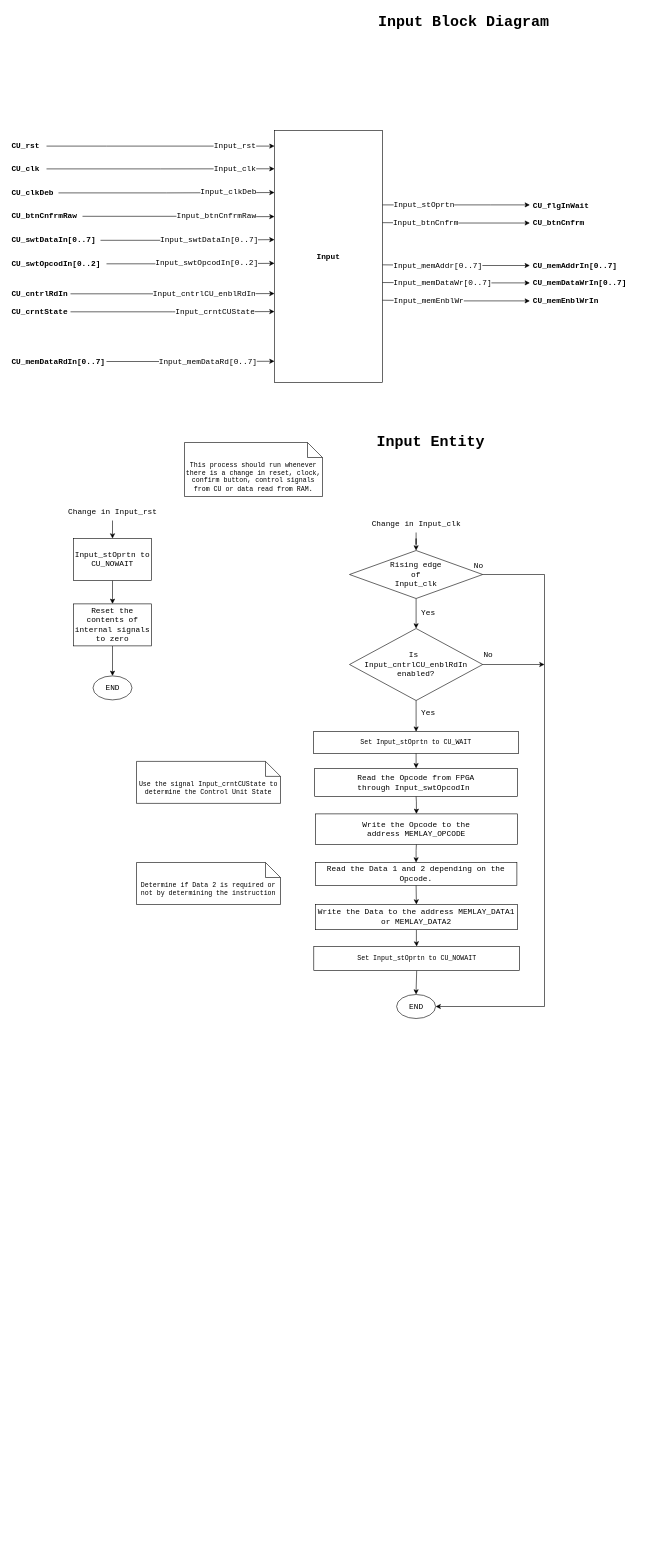
Vichu95/Basic_CPU_FPGA keeps this draw.io diagram as page "Input_BD" (5 of 9) of 05_CPU_v1/CPU_Design.drawio. Above is the earlier version. Source tidied: cells renumbered, new cells numbered last; positions are measured from the earlier drawing's top-left corner, leaving out a move shared by most shapes. Both pictures are drawn from the tidied source at 60%, with x=0, y=0 at pixel (10, 10).
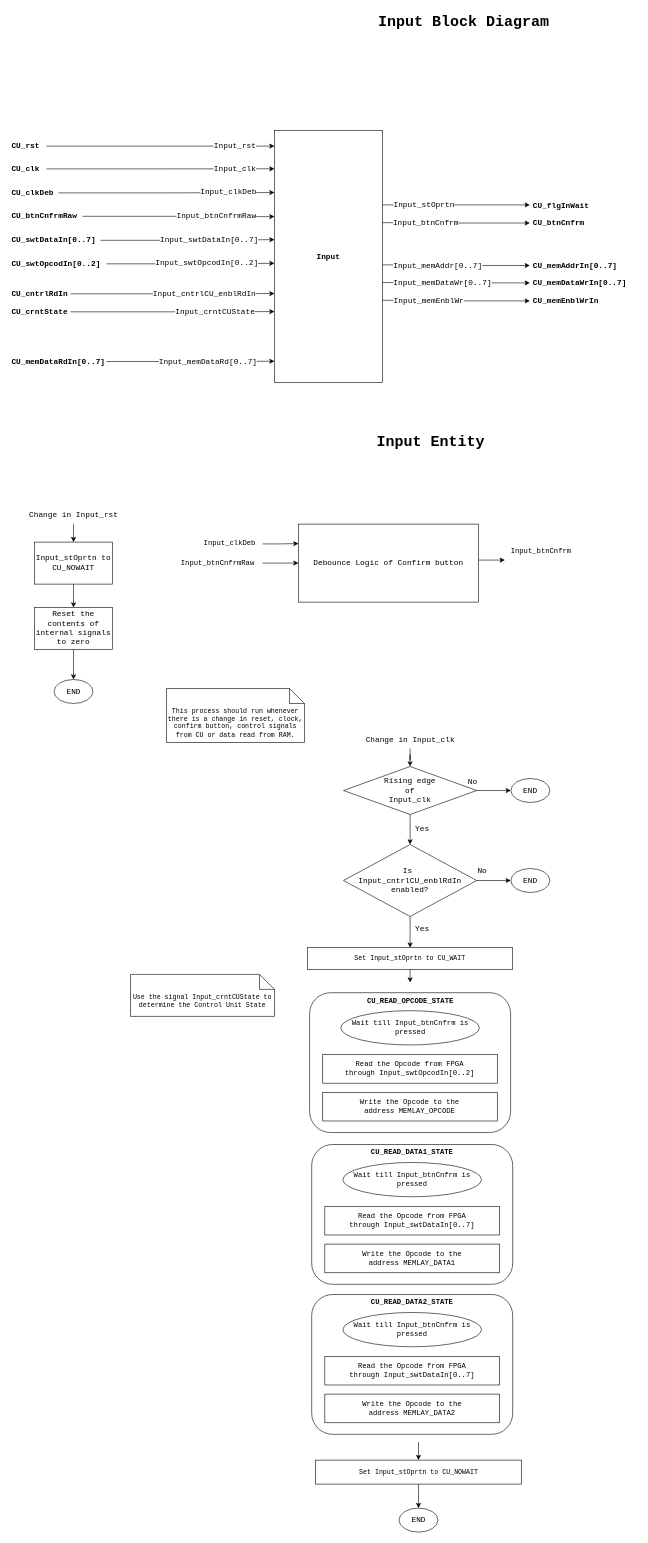
After the change.

Commit message (it also covers changes not shown here):
Input block flow chart also updated

Diff of the diagram source:
```diff
@@
     <mxCell id="46" value="This process should run whenever there is a change in reset, clock, confirm button, control signals from CU or data read from RAM." style="shape=note2;boundedLbl=1;whiteSpace=wrap;html=1;size=25;verticalAlign=top;align=center;fontFamily=Courier New;fontSize=11;" parent="1" vertex="1">
-      <mxGeometry x="290" y="720" width="230" height="90" as="geometry" />
+      <mxGeometry x="260" y="1130" width="230" height="90" as="geometry" />
     </mxCell>
@@
     <mxCell id="48" value="Change in&amp;nbsp;Input_rst" style="text;html=1;align=center;verticalAlign=middle;points=[];strokeColor=none;fillColor=none;fontSize=13;fontFamily=Courier New;" parent="1" vertex="1">
-      <mxGeometry x="85" y="820" width="170" height="30" as="geometry" />
+      <mxGeometry x="20" y="826" width="170" height="30" as="geometry" />
     </mxCell>
@@
     <mxCell id="50" value="Input_stOprtn to CU_NOWAIT" style="rounded=0;whiteSpace=wrap;html=1;fontFamily=Courier New;fontSize=13;" parent="1" vertex="1">
-      <mxGeometry x="105" y="880" width="130" height="70" as="geometry" />
+      <mxGeometry x="40" y="886" width="130" height="70" as="geometry" />
     </mxCell>
@@
     <mxCell id="52" value="Reset the contents of internal signals to zero" style="rounded=0;whiteSpace=wrap;html=1;fontFamily=Courier New;fontSize=13;" parent="1" vertex="1">
-      <mxGeometry x="105" y="989" width="130" height="70" as="geometry" />
+      <mxGeometry x="40" y="995" width="130" height="70" as="geometry" />
     </mxCell>
@@
     <mxCell id="54" value="Change in Input_clk" style="text;html=1;align=center;verticalAlign=middle;points=[];strokeColor=none;fillColor=none;fontSize=13;fontFamily=Courier New;" parent="1" vertex="1">
-      <mxGeometry x="591" y="840" width="170" height="30" as="geometry" />
+      <mxGeometry x="581" y="1200" width="170" height="30" as="geometry" />
     </mxCell>
-    <mxCell id="55" style="edgeStyle=orthogonalEdgeStyle;rounded=0;jettySize=auto;html=1;exitX=1;exitY=0.5;exitDx=0;exitDy=0;strokeWidth=1;fontFamily=Courier New;fontSize=13;startArrow=none;startFill=0;endArrow=classic;endFill=1;startSize=6;endSize=6;sourcePerimeterSpacing=0;targetPerimeterSpacing=0;entryX=1;entryY=0.5;entryDx=0;entryDy=0;" parent="1" edge="1" source="57" target="62">
-      <mxGeometry relative="1" as="geometry">
-        <Array as="points">
-          <mxPoint x="890" y="940" />
-          <mxPoint x="890" y="1660" />
-        </Array>
-      </mxGeometry>
-    </mxCell>
@@
+    <mxCell id="82" style="edgeStyle=orthogonalEdgeStyle;rounded=0;jettySize=auto;html=1;fontFamily=Courier New;" parent="1" edge="1" source="57" target="91">
+      <mxGeometry relative="1" as="geometry" />
+    </mxCell>
     <mxCell id="57" value="&lt;div style=&quot;&quot;&gt;&lt;span style=&quot;background-color: initial;&quot;&gt;Rising edge&lt;br&gt;&amp;nbsp;of&amp;nbsp;&lt;/span&gt;&lt;/div&gt;Input_clk" style="rhombus;whiteSpace=wrap;html=1;fontFamily=Courier New;fontSize=13;align=center;" parent="1" vertex="1">
-      <mxGeometry x="565" y="900" width="222" height="80" as="geometry" />
+      <mxGeometry x="555" y="1260" width="222" height="80" as="geometry" />
     </mxCell>
-    <mxCell id="58" style="edgeStyle=none;rounded=0;jettySize=auto;html=1;exitX=0.5;exitY=1;exitDx=0;exitDy=0;entryX=0.5;entryY=0;entryDx=0;entryDy=0;strokeWidth=1;fontFamily=Courier New;fontSize=13;startArrow=none;startFill=0;endArrow=classic;endFill=1;startSize=6;endSize=6;targetPerimeterSpacing=0;" parent="1" edge="1" source="68" target="61">
-      <mxGeometry relative="1" as="geometry" />
+    <mxCell id="58" style="edgeStyle=none;rounded=0;jettySize=auto;html=1;exitX=0.5;exitY=1;exitDx=0;exitDy=0;strokeWidth=1;fontFamily=Courier New;fontSize=13;startArrow=none;startFill=0;endArrow=classic;endFill=1;startSize=6;endSize=6;targetPerimeterSpacing=0;" parent="1" edge="1" source="68">
+      <mxGeometry relative="1" as="geometry">
+        <mxPoint x="666" y="1620" as="targetPoint" />
+      </mxGeometry>
     </mxCell>
+    <mxCell id="83" style="edgeStyle=orthogonalEdgeStyle;rounded=0;jettySize=auto;html=1;fontFamily=Courier New;" parent="1" edge="1" source="59" target="92">
+      <mxGeometry relative="1" as="geometry" />
+    </mxCell>
     <mxCell id="59" value="&lt;div style=&quot;&quot;&gt;&lt;div style=&quot;border-color: var(--border-color);&quot;&gt;Is&amp;nbsp;&lt;/div&gt;Input_cntrlCU_enblRdIn enabled?&lt;br&gt;&lt;/div&gt;" style="rhombus;whiteSpace=wrap;html=1;fontFamily=Courier New;fontSize=13;align=center;" parent="1" vertex="1">
-      <mxGeometry x="565" y="1030" width="222" height="120" as="geometry" />
+      <mxGeometry x="555" y="1390" width="222" height="120" as="geometry" />
     </mxCell>
-    <mxCell id="60" style="edgeStyle=orthogonalEdgeStyle;rounded=0;jumpStyle=arc;jettySize=auto;html=1;exitX=0.5;exitY=1;exitDx=0;exitDy=0;strokeWidth=1;fontFamily=Courier New;fontSize=12;startArrow=none;startFill=0;endArrow=classic;endFill=1;startSize=6;endSize=6;targetPerimeterSpacing=0;entryX=0.5;entryY=0;entryDx=0;entryDy=0;" parent="1" edge="1" source="69" target="62">
-      <mxGeometry relative="1" as="geometry" />
-    </mxCell>
-    <mxCell id="61" value="Read the Opcode from FPGA through&amp;nbsp;Input_swtOpcodIn&amp;nbsp;" style="rounded=0;whiteSpace=wrap;html=1;fontFamily=Courier New;fontSize=13;" parent="1" vertex="1">
-      <mxGeometry x="507" y="1263" width="338" height="47" as="geometry" />
-    </mxCell>
-    <mxCell id="62" value="END" style="ellipse;whiteSpace=wrap;html=1;fontFamily=Courier New;fontSize=13;" parent="1" vertex="1">
-      <mxGeometry x="643.5" y="1640" width="65" height="40" as="geometry" />
-    </mxCell>
     <mxCell id="63" value="Yes" style="text;html=1;align=center;verticalAlign=middle;strokeColor=none;fillColor=none;fontSize=13;fontFamily=Courier New;" parent="1" vertex="1">
-      <mxGeometry x="671" y="989" width="50" height="30" as="geometry" />
+      <mxGeometry x="661" y="1349" width="50" height="30" as="geometry" />
     </mxCell>
     <mxCell id="64" value="No" style="text;html=1;align=center;verticalAlign=middle;strokeColor=none;fillColor=none;fontSize=13;fontFamily=Courier New;" parent="1" vertex="1">
-      <mxGeometry x="760" y="910" width="40" height="30" as="geometry" />
+      <mxGeometry x="750" y="1270" width="40" height="30" as="geometry" />
     </mxCell>
     <mxCell id="65" value="Yes" style="text;html=1;align=center;verticalAlign=middle;strokeColor=none;fillColor=none;fontSize=13;fontFamily=Courier New;" parent="1" vertex="1">
-      <mxGeometry x="671" y="1155" width="50" height="30" as="geometry" />
+      <mxGeometry x="661" y="1515" width="50" height="30" as="geometry" />
     </mxCell>
     <mxCell id="66" value="No" style="text;html=1;align=center;verticalAlign=middle;strokeColor=none;fillColor=none;fontSize=13;fontFamily=Courier New;" parent="1" vertex="1">
-      <mxGeometry x="776" y="1059" width="40" height="30" as="geometry" />
+      <mxGeometry x="766" y="1419" width="40" height="30" as="geometry" />
     </mxCell>
@@
     <mxCell id="68" value="Set&amp;nbsp;Input_stOprtn to CU_WAIT" style="rounded=0;whiteSpace=wrap;html=1;fontFamily=Courier New;fontSize=11;" parent="1" vertex="1">
-      <mxGeometry x="505" y="1202" width="342" height="36" as="geometry" />
+      <mxGeometry x="495" y="1562" width="342" height="36" as="geometry" />
     </mxCell>
-    <mxCell id="69" value="Set&amp;nbsp;Input_stOprtn to CU_NOWAIT" style="rounded=0;whiteSpace=wrap;html=1;fontFamily=Courier New;fontSize=11;" parent="1" vertex="1">
-      <mxGeometry x="505.5" y="1560" width="343" height="40" as="geometry" />
-    </mxCell>
@@
-    <mxCell id="71" style="edgeStyle=orthogonalEdgeStyle;rounded=0;jettySize=auto;html=1;fontFamily=Courier New;fontSize=14;fontColor=#000000;startArrow=classic;startFill=1;endArrow=none;endFill=0;" parent="1" edge="1" source="72" target="61">
-      <mxGeometry relative="1" as="geometry" />
-    </mxCell>
-    <mxCell id="72" value="Write the Opcode to the address&amp;nbsp;MEMLAY_OPCODE" style="rounded=0;whiteSpace=wrap;html=1;fontFamily=Courier New;fontSize=13;align=center;verticalAlign=middle;" parent="1" vertex="1">
-      <mxGeometry x="508" y="1339" width="337" height="51" as="geometry" />
-    </mxCell>
-    <mxCell id="73" style="edgeStyle=orthogonalEdgeStyle;rounded=0;jettySize=auto;html=1;fontFamily=Courier New;fontSize=14;fontColor=#000000;startArrow=classic;startFill=1;endArrow=none;endFill=0;" parent="1" edge="1" source="75" target="72">
-      <mxGeometry relative="1" as="geometry" />
-    </mxCell>
-    <mxCell id="74" style="edgeStyle=orthogonalEdgeStyle;rounded=0;jettySize=auto;html=1;exitX=0.5;exitY=1;exitDx=0;exitDy=0;entryX=0.5;entryY=0;entryDx=0;entryDy=0;fontSize=13;" parent="1" edge="1" source="75" target="77">
-      <mxGeometry relative="1" as="geometry" />
-    </mxCell>
-    <mxCell id="75" value="Read the Data 1 and 2 depending on the Opcode." style="rounded=0;whiteSpace=wrap;html=1;fontFamily=Courier New;fontSize=13;" parent="1" vertex="1">
-      <mxGeometry x="508" y="1420" width="336" height="38" as="geometry" />
-    </mxCell>
-    <mxCell id="76" style="edgeStyle=orthogonalEdgeStyle;rounded=0;jettySize=auto;html=1;exitX=0.5;exitY=1;exitDx=0;exitDy=0;fontSize=13;" parent="1" edge="1" source="77" target="69">
-      <mxGeometry relative="1" as="geometry" />
-    </mxCell>
-    <mxCell id="77" value="Write the Data to the address&amp;nbsp;MEMLAY_DATA1 or&amp;nbsp;MEMLAY_DATA2" style="rounded=0;whiteSpace=wrap;html=1;fontFamily=Courier New;fontSize=13;" parent="1" vertex="1">
-      <mxGeometry x="508" y="1490" width="337" height="42" as="geometry" />
-    </mxCell>
-    <mxCell id="78" style="endArrow=classic;html=1;rounded=0;fontFamily=Courier New;fontSize=14;fontColor=#000000;exitX=1;exitY=0.5;exitDx=0;exitDy=0;" parent="1" edge="1" source="59">
-      <mxGeometry relative="1" as="geometry">
-        <mxPoint x="890" y="1090" as="targetPoint" />
-      </mxGeometry>
-    </mxCell>
     <mxCell id="79" value="END" style="ellipse;whiteSpace=wrap;html=1;fontFamily=Courier New;fontSize=13;" parent="1" vertex="1">
-      <mxGeometry x="137.5" y="1109" width="65" height="40" as="geometry" />
+      <mxGeometry x="72.5" y="1115" width="65" height="40" as="geometry" />
     </mxCell>
     <mxCell id="80" value="Use the signal&amp;nbsp;Input_crntCUState to determine the Control Unit State" style="shape=note2;boundedLbl=1;whiteSpace=wrap;html=1;size=25;verticalAlign=top;align=center;fontFamily=Courier New;fontSize=11;" parent="1" vertex="1">
-      <mxGeometry x="210" y="1251.5" width="240" height="70" as="geometry" />
+      <mxGeometry x="200" y="1606.5" width="240" height="70" as="geometry" />
     </mxCell>
-    <mxCell id="81" value="Determine if Data 2 is required or not by determining the instruction" style="shape=note2;boundedLbl=1;whiteSpace=wrap;html=1;size=25;verticalAlign=top;align=center;fontFamily=Courier New;fontSize=11;" parent="1" vertex="1">
-      <mxGeometry x="210" y="1420" width="240" height="70" as="geometry" />
-    </mxCell>
+    <mxCell id="84" style="edgeStyle=orthogonalEdgeStyle;rounded=0;jettySize=auto;html=1;fontFamily=Courier New;" parent="1" edge="1" source="85" target="90">
+      <mxGeometry relative="1" as="geometry">
+        <Array as="points">
+          <mxPoint x="830" y="900" />
+          <mxPoint x="830" y="900" />
+        </Array>
+      </mxGeometry>
+    </mxCell>
+    <mxCell id="85" value="Debounce Logic of Confirm button" style="rounded=0;whiteSpace=wrap;html=1;fontFamily=Courier New;fontSize=13;" parent="1" vertex="1">
+      <mxGeometry x="480" y="856" width="300" height="130" as="geometry" />
+    </mxCell>
+    <mxCell id="86" style="edgeStyle=orthogonalEdgeStyle;rounded=0;jettySize=auto;html=1;entryX=0;entryY=0.25;entryDx=0;entryDy=0;fontFamily=Courier New;" parent="1" edge="1" source="87" target="85">
+      <mxGeometry relative="1" as="geometry" />
+    </mxCell>
+    <mxCell id="87" value="Input_clkDeb" style="text;html=1;align=center;verticalAlign=middle;points=[];strokeColor=none;fillColor=none;fontFamily=Courier New;" parent="1" vertex="1">
+      <mxGeometry x="310" y="874" width="110" height="30" as="geometry" />
+    </mxCell>
+    <mxCell id="88" style="edgeStyle=orthogonalEdgeStyle;rounded=0;jettySize=auto;html=1;fontFamily=Courier New;" parent="1" edge="1" source="89" target="85">
+      <mxGeometry relative="1" as="geometry" />
+    </mxCell>
+    <mxCell id="89" value="Input_btnCnfrmRaw" style="text;html=1;align=center;verticalAlign=middle;points=[];strokeColor=none;fillColor=none;fontFamily=Courier New;" parent="1" vertex="1">
+      <mxGeometry x="270" y="906" width="150" height="30" as="geometry" />
+    </mxCell>
+    <mxCell id="90" value="Input_btnCnfrm" style="text;html=1;align=center;verticalAlign=middle;points=[];strokeColor=none;fillColor=none;fontFamily=Courier New;" parent="1" vertex="1">
+      <mxGeometry x="824" y="886" width="120" height="30" as="geometry" />
+    </mxCell>
+    <mxCell id="91" value="END" style="ellipse;whiteSpace=wrap;html=1;fontFamily=Courier New;fontSize=13;" parent="1" vertex="1">
+      <mxGeometry x="834" y="1280" width="65" height="40" as="geometry" />
+    </mxCell>
+    <mxCell id="92" value="END" style="ellipse;whiteSpace=wrap;html=1;fontFamily=Courier New;fontSize=13;" parent="1" vertex="1">
+      <mxGeometry x="834" y="1430" width="65" height="40" as="geometry" />
+    </mxCell>
+    <mxCell id="93" value="CU_READ_OPCODE_STATE" style="rounded=1;whiteSpace=wrap;html=1;fontSize=12;glass=0;strokeWidth=1;shadow=0;verticalAlign=top;fontStyle=1;fontFamily=Courier New;align=center;" parent="1" vertex="1">
+      <mxGeometry x="498.5" y="1637" width="335" height="233" as="geometry" />
+    </mxCell>
+    <mxCell id="94" value="Read the Opcode from FPGA through&amp;nbsp;Input_swtOpcodIn[0..2]" style="rounded=0;whiteSpace=wrap;html=1;fontFamily=Courier New;" parent="1" vertex="1">
+      <mxGeometry x="520.4" y="1740" width="291.2" height="47.8" as="geometry" />
+    </mxCell>
+    <mxCell id="95" value="Wait till&amp;nbsp;Input_btnCnfrm is pressed" style="ellipse;whiteSpace=wrap;html=1;fontFamily=Courier New;" parent="1" vertex="1">
+      <mxGeometry x="550.5" y="1667" width="231" height="57.1" as="geometry" />
+    </mxCell>
+    <mxCell id="72" value="Write the Opcode to the address&amp;nbsp;MEMLAY_OPCODE" style="rounded=0;whiteSpace=wrap;html=1;fontFamily=Courier New;" parent="1" vertex="1">
+      <mxGeometry x="520.4" y="1803" width="291.2" height="47.8" as="geometry" />
+    </mxCell>
+    <mxCell id="96" value="CU_READ_DATA1_STATE" style="rounded=1;whiteSpace=wrap;html=1;fontSize=12;glass=0;strokeWidth=1;shadow=0;verticalAlign=top;fontStyle=1;fontFamily=Courier New;align=center;" parent="1" vertex="1">
+      <mxGeometry x="502" y="1890" width="335" height="233" as="geometry" />
+    </mxCell>
+    <mxCell id="97" value="Read the Opcode from FPGA through&amp;nbsp;Input_swtDataIn[0..7]" style="rounded=0;whiteSpace=wrap;html=1;fontFamily=Courier New;" parent="1" vertex="1">
+      <mxGeometry x="523.9" y="1993" width="291.2" height="47.8" as="geometry" />
+    </mxCell>
+    <mxCell id="98" value="Wait till&amp;nbsp;Input_btnCnfrm is pressed" style="ellipse;whiteSpace=wrap;html=1;fontFamily=Courier New;" parent="1" vertex="1">
+      <mxGeometry x="554" y="1920" width="231" height="57.1" as="geometry" />
+    </mxCell>
+    <mxCell id="99" value="Write the Opcode to the address&amp;nbsp;MEMLAY_DATA1" style="rounded=0;whiteSpace=wrap;html=1;fontFamily=Courier New;" parent="1" vertex="1">
+      <mxGeometry x="523.9" y="2056" width="291.2" height="47.8" as="geometry" />
+    </mxCell>
+    <mxCell id="100" value="CU_READ_DATA2_STATE" style="rounded=1;whiteSpace=wrap;html=1;fontSize=12;glass=0;strokeWidth=1;shadow=0;verticalAlign=top;fontStyle=1;fontFamily=Courier New;align=center;" parent="1" vertex="1">
+      <mxGeometry x="502" y="2140" width="335" height="233" as="geometry" />
+    </mxCell>
+    <mxCell id="101" value="Read the Opcode from FPGA through&amp;nbsp;Input_swtDataIn[0..7]" style="rounded=0;whiteSpace=wrap;html=1;fontFamily=Courier New;" parent="1" vertex="1">
+      <mxGeometry x="523.9" y="2243" width="291.2" height="47.8" as="geometry" />
+    </mxCell>
+    <mxCell id="102" value="Wait till&amp;nbsp;Input_btnCnfrm is pressed" style="ellipse;whiteSpace=wrap;html=1;fontFamily=Courier New;" parent="1" vertex="1">
+      <mxGeometry x="554" y="2170" width="231" height="57.1" as="geometry" />
+    </mxCell>
+    <mxCell id="103" value="Write the Opcode to the address&amp;nbsp;MEMLAY_DATA2" style="rounded=0;whiteSpace=wrap;html=1;fontFamily=Courier New;" parent="1" vertex="1">
+      <mxGeometry x="523.9" y="2306" width="291.2" height="47.8" as="geometry" />
+    </mxCell>
+    <mxCell id="104" style="edgeStyle=orthogonalEdgeStyle;rounded=0;jumpStyle=arc;jettySize=auto;html=1;exitX=0.5;exitY=1;exitDx=0;exitDy=0;strokeWidth=1;fontFamily=Courier New;fontSize=12;startArrow=none;startFill=0;endArrow=classic;endFill=1;startSize=6;endSize=6;targetPerimeterSpacing=0;entryX=0.5;entryY=0;entryDx=0;entryDy=0;" parent="1" edge="1" source="69" target="105">
+      <mxGeometry relative="1" as="geometry" />
+    </mxCell>
+    <mxCell id="105" value="END" style="ellipse;whiteSpace=wrap;html=1;fontFamily=Courier New;fontSize=13;" parent="1" vertex="1">
+      <mxGeometry x="647.5" y="2496" width="65" height="40" as="geometry" />
+    </mxCell>
+    <mxCell id="106" style="edgeStyle=orthogonalEdgeStyle;rounded=0;jettySize=auto;html=1;fontFamily=Courier New;startArrow=classic;startFill=1;endArrow=none;endFill=0;" parent="1" edge="1" source="69">
+      <mxGeometry relative="1" as="geometry">
+        <mxPoint x="680" y="2386" as="targetPoint" />
+      </mxGeometry>
+    </mxCell>
+    <mxCell id="69" value="Set&amp;nbsp;Input_stOprtn to CU_NOWAIT" style="rounded=0;whiteSpace=wrap;html=1;fontFamily=Courier New;fontSize=11;" parent="1" vertex="1">
+      <mxGeometry x="508.5" y="2416" width="343" height="40" as="geometry" />
+    </mxCell>
```
